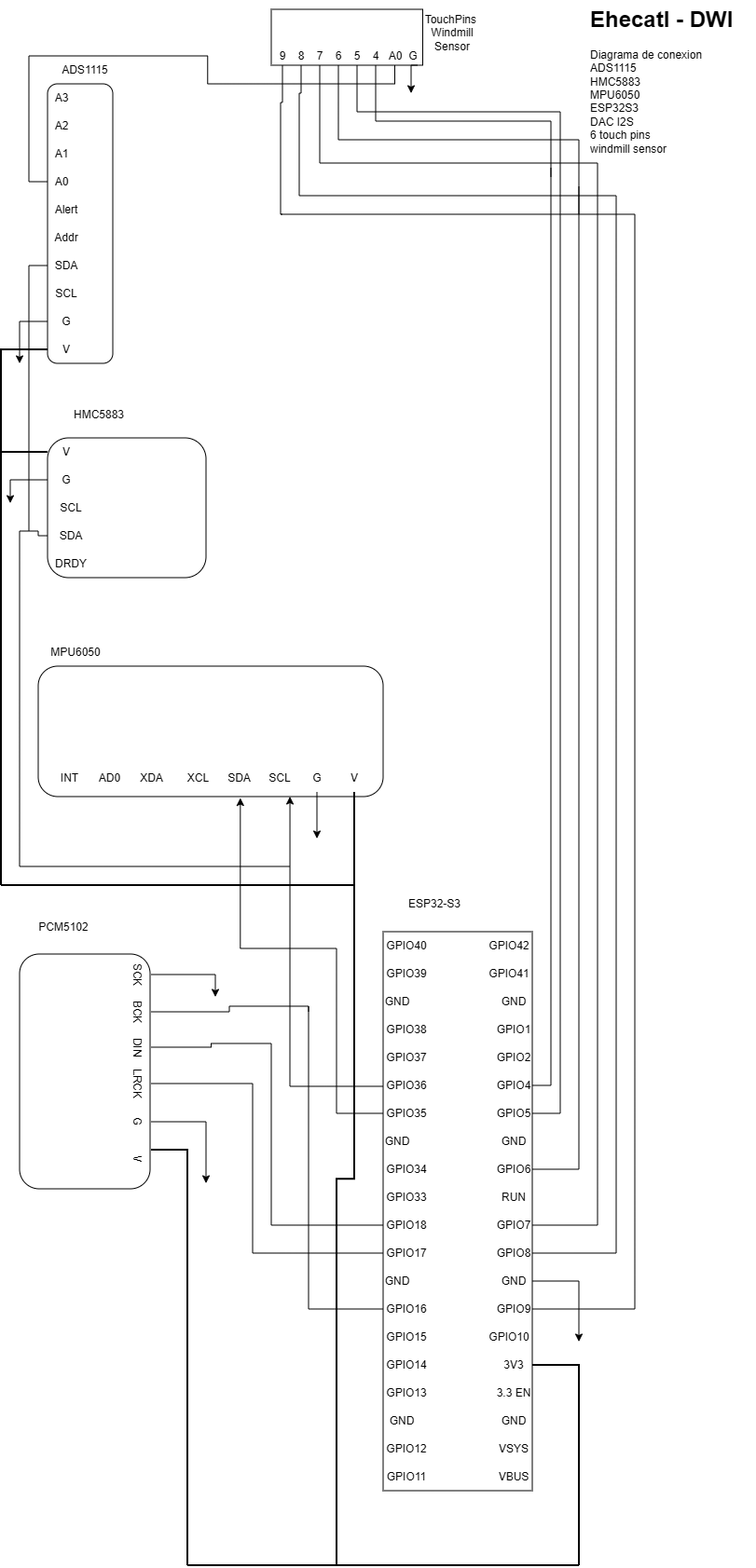
Earlier version of the draw.io export Schematic/Ehecatl-DWI.drawio.png (manoxs/Ehecatl). Source tidied: cells renumbered, new cells last; positions are measured from the earlier drawing's top-left corner, leaving out a move shared by most shapes.
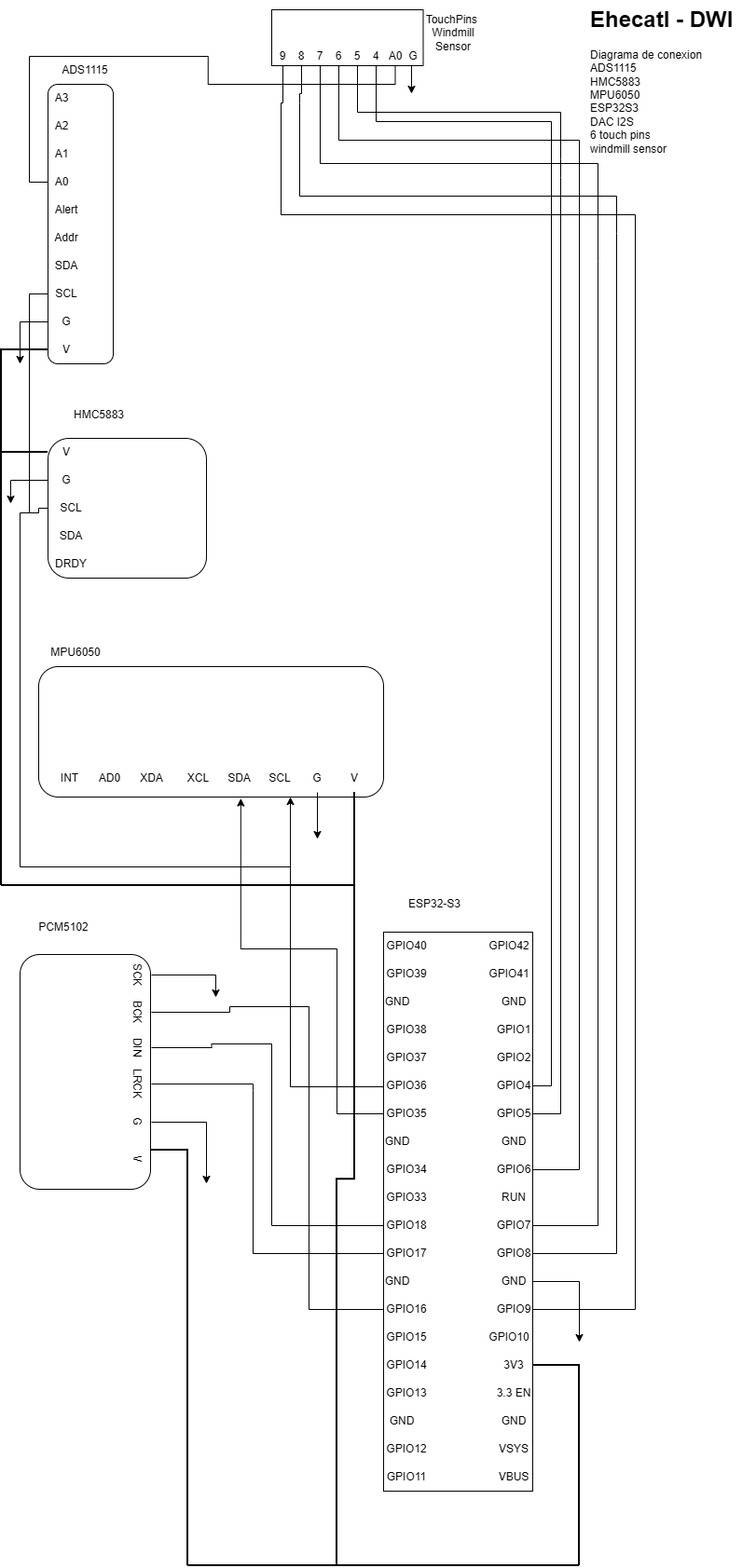
Above is the later version.

Commit message:
colors scl

What changed in the source:
```diff
@@ -77,9 +77,9 @@
     <mxCell id="24" value="Addr" style="text;html=1;whiteSpace=wrap;strokeColor=none;fillColor=none;align=center;verticalAlign=middle;rounded=0;" parent="16" vertex="1">
       <mxGeometry y="180" width="40" height="30" as="geometry" />
     </mxCell>
-    <mxCell id="25" style="edgeStyle=orthogonalEdgeStyle;rounded=0;jettySize=auto;html=1;endArrow=none;endFill=0;strokeColor=light-dark(#000000,#33FFFF);" parent="16" edge="1" source="26">
+    <mxCell id="25" style="edgeStyle=orthogonalEdgeStyle;rounded=0;jettySize=auto;html=1;endArrow=none;endFill=0;strokeColor=light-dark(#000000,#33FFFF);exitX=0;exitY=0.5;exitDx=0;exitDy=0;" parent="16" edge="1" source="27">
       <mxGeometry relative="1" as="geometry">
-        <mxPoint x="-20" y="510" as="targetPoint" />
+        <mxPoint x="-20" y="490" as="targetPoint" />
       </mxGeometry>
     </mxCell>
     <mxCell id="26" value="SDA" style="text;html=1;whiteSpace=wrap;strokeColor=none;fillColor=none;align=center;verticalAlign=middle;rounded=0;" parent="16" vertex="1">
@@ -511,13 +511,13 @@
     <mxCell id="134" value="SCL" style="text;html=1;whiteSpace=wrap;strokeColor=none;fillColor=none;align=center;verticalAlign=middle;rounded=0;" parent="1" vertex="1">
       <mxGeometry x="86" y="530" width="50" height="30" as="geometry" />
     </mxCell>
-    <mxCell id="135" style="edgeStyle=orthogonalEdgeStyle;rounded=0;jettySize=auto;html=1;exitX=0;exitY=0.5;exitDx=0;exitDy=0;endArrow=none;endFill=0;strokeColor=light-dark(#000000,#33FFFF);" parent="1" edge="1" source="136">
+    <mxCell id="135" style="edgeStyle=orthogonalEdgeStyle;rounded=0;jettySize=auto;html=1;endArrow=none;endFill=0;strokeColor=light-dark(#000000,#33FFFF);exitX=0;exitY=0.5;exitDx=0;exitDy=0;" parent="1" edge="1" source="134">
       <mxGeometry relative="1" as="geometry">
         <mxPoint x="56" y="930" as="targetPoint" />
         <Array as="points">
-          <mxPoint x="76" y="575" />
-          <mxPoint x="76" y="570" />
-          <mxPoint x="56" y="570" />
+          <mxPoint x="76" y="545" />
+          <mxPoint x="76" y="550" />
+          <mxPoint x="56" y="550" />
         </Array>
       </mxGeometry>
     </mxCell>
```
